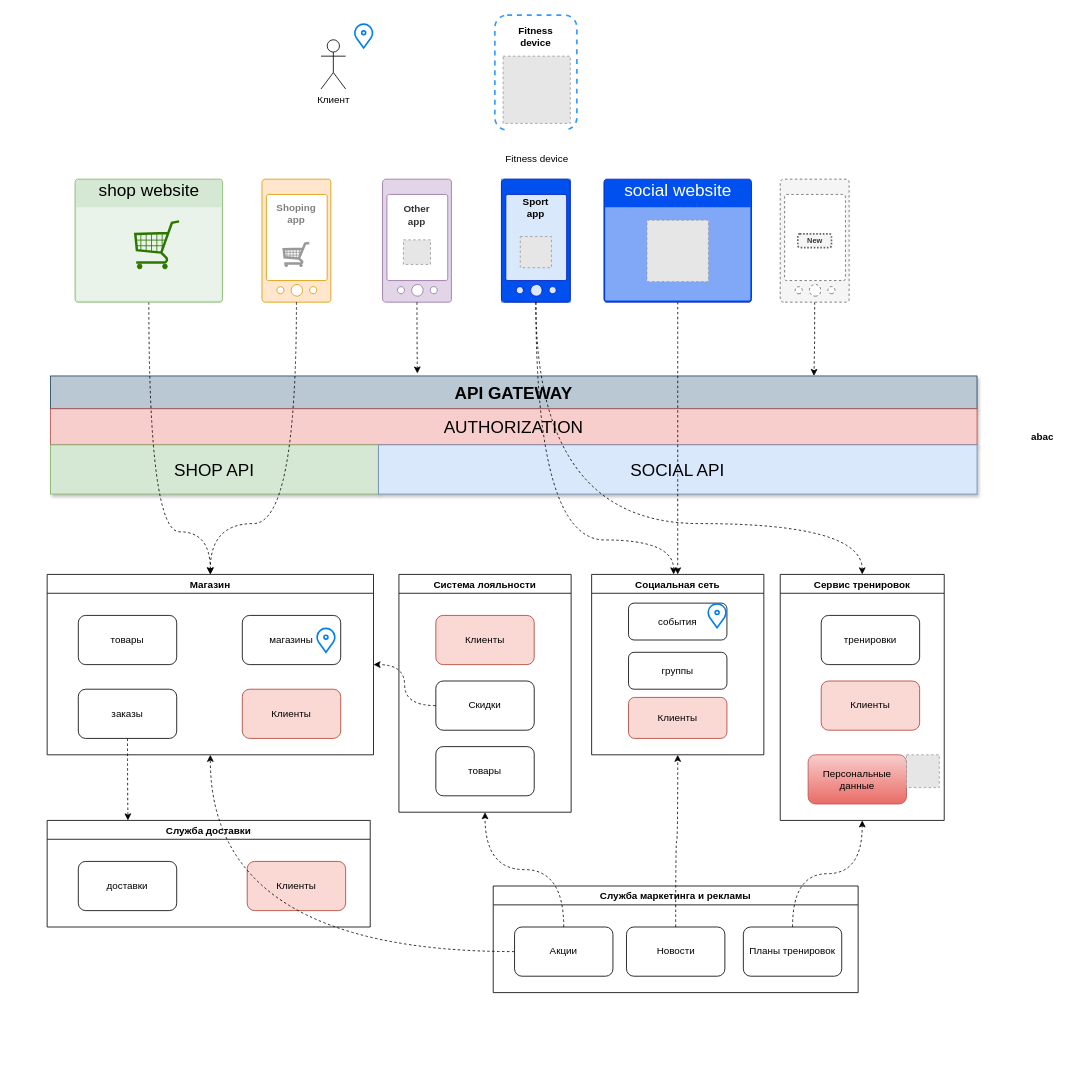
DonySuXX/skillbox-software-architect keeps this draw.io diagram as diagrams/diplom-infrastrusture.drawio. Above is the earlier version. Source tidied: cells renumbered, new cells numbered last; positions are measured from the earlier drawing's top-left corner, leaving out a move shared by most shapes. Both pictures are drawn from the tidied source at 82%, with x=0, y=0 at pixel (47, 15). Pictures stored in the file or linked from it are replaced by grey dashed boxes.
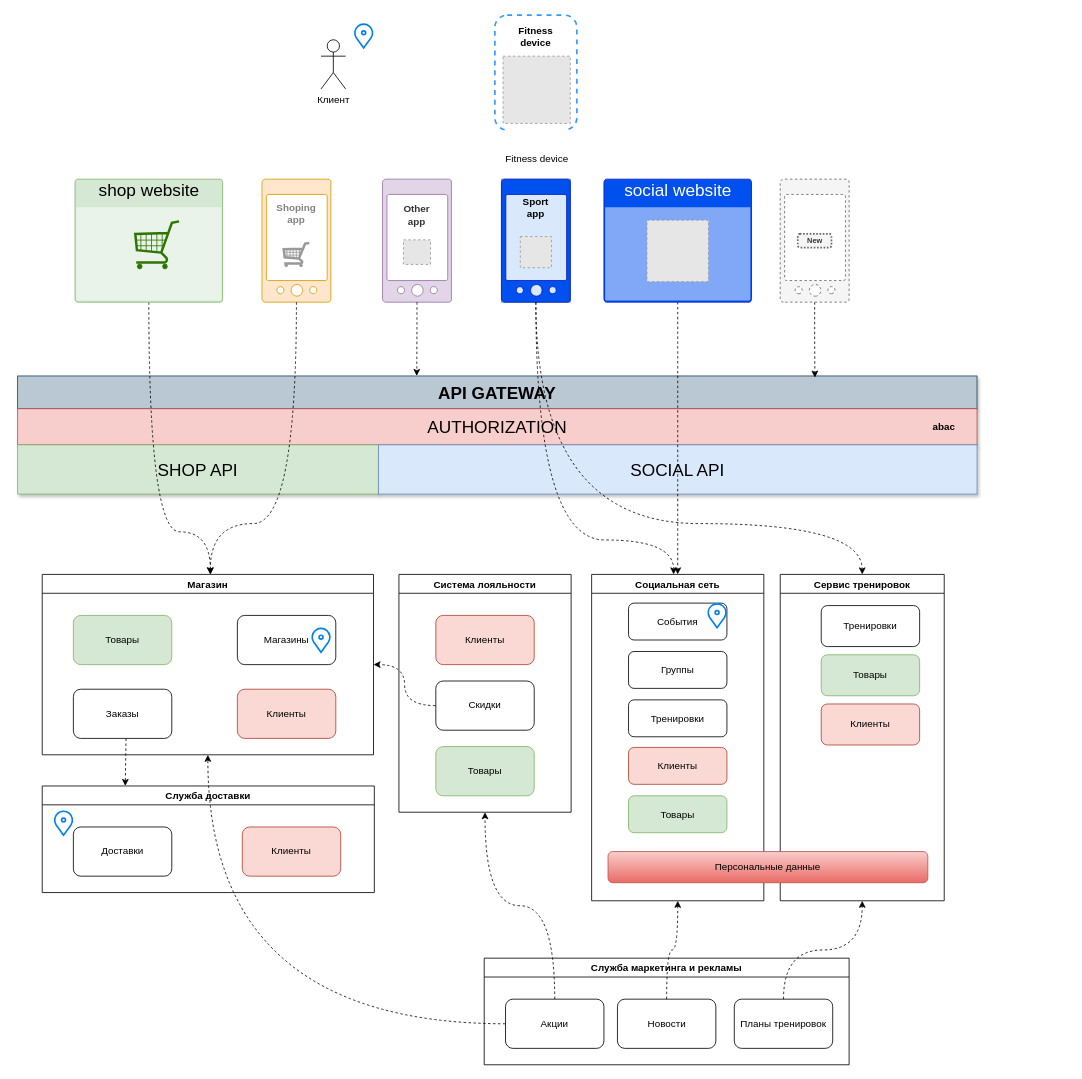
After the change.

The change refers to these unchanged cells:
```xml
<mxCell id="21" style="sketch=0;html=1;strokeColor=#9673a6;shadow=0;align=center;verticalAlign=top;fillColor=#e1d5e7;shape=mxgraph.gcp2.phone_android;fontSize=12;" parent="20" vertex="1">
  <mxGeometry width="84" height="150" as="geometry" />
</mxCell>
<mxCell id="28" style="sketch=0;html=1;strokeColor=#666666;shadow=0;align=center;verticalAlign=top;fillColor=#f5f5f5;shape=mxgraph.gcp2.phone_android;fontSize=12;dashed=1;fontColor=#333333;" parent="1" vertex="1">
  <mxGeometry x="894" y="200" width="84" height="150" as="geometry" />
</mxCell>
<mxCell id="51" value="Система лояльности" style="swimlane;" parent="1" vertex="1">
  <mxGeometry x="429" y="682" width="210" height="290" as="geometry" />
</mxCell>
```

What changed in the source:
```diff
@@
     <mxCell id="2" value="API GATEWAY" style="rounded=0;whiteSpace=wrap;html=1;fontSize=21;strokeWidth=1;fontStyle=1;fillColor=#bac8d3;strokeColor=#23445d;glass=0;shadow=1;" parent="1" vertex="1">
-      <mxGeometry x="4" y="440" width="1130" height="40" as="geometry" />
+      <mxGeometry x="-36" y="440" width="1170" height="40" as="geometry" />
     </mxCell>
     <mxCell id="3" value="AUTHORIZATION" style="rounded=0;whiteSpace=wrap;html=1;shadow=1;glass=0;sketch=0;fontSize=21;strokeColor=#b85450;fillColor=#f8cecc;" parent="1" vertex="1">
-      <mxGeometry x="4" y="480" width="1130" height="44" as="geometry" />
+      <mxGeometry x="-36" y="480" width="1170" height="44" as="geometry" />
     </mxCell>
     <mxCell id="4" value="SHOP API" style="rounded=0;whiteSpace=wrap;html=1;shadow=1;glass=0;sketch=0;fontSize=21;strokeColor=#82b366;fillColor=#d5e8d4;" parent="1" vertex="1">
-      <mxGeometry x="4" y="524" width="400" height="60" as="geometry" />
+      <mxGeometry x="-36" y="524" width="440" height="60" as="geometry" />
     </mxCell>
@@
-    <mxCell id="24" style="edgeStyle=orthogonalEdgeStyle;rounded=0;jettySize=auto;html=1;fontColor=none;strokeColor=#000000;strokeWidth=1;curved=1;dashed=1;entryX=0.396;entryY=-0.075;entryDx=0;entryDy=0;entryPerimeter=0;" parent="1" edge="1" source="21" target="2">
+    <mxCell id="24" style="edgeStyle=orthogonalEdgeStyle;rounded=0;jettySize=auto;html=1;fontColor=none;strokeColor=#000000;strokeWidth=1;curved=1;dashed=1;entryX=0.416;entryY=0;entryDx=0;entryDy=0;entryPerimeter=0;" parent="1" edge="1" source="21" target="2">
       <mxGeometry relative="1" as="geometry" />
     </mxCell>
-    <mxCell id="25" style="edgeStyle=orthogonalEdgeStyle;rounded=0;jettySize=auto;html=1;fontSize=9;fontColor=#FF1100;dashed=1;entryX=0.824;entryY=0;entryDx=0;entryDy=0;entryPerimeter=0;" parent="1" edge="1" source="28" target="2">
+    <mxCell id="25" style="edgeStyle=orthogonalEdgeStyle;rounded=0;jettySize=auto;html=1;fontSize=9;fontColor=#FF1100;dashed=1;entryX=0.831;entryY=0.05;entryDx=0;entryDy=0;entryPerimeter=0;" parent="1" edge="1" source="28" target="2">
       <mxGeometry relative="1" as="geometry" />
     </mxCell>
@@
     <mxCell id="29" value="abac" style="text;html=1;strokeColor=none;fillColor=none;align=center;verticalAlign=middle;whiteSpace=wrap;rounded=0;fontStyle=1;" parent="1" vertex="1">
-      <mxGeometry x="1184" y="500" width="60" height="30" as="geometry" />
+      <mxGeometry x="1064" y="487" width="60" height="30" as="geometry" />
     </mxCell>
     <mxCell id="30" value="Магазин" style="swimlane;" parent="1" vertex="1">
-      <mxGeometry y="682" width="398" height="220" as="geometry" />
+      <mxGeometry x="-6" y="682" width="404" height="220" as="geometry" />
     </mxCell>
-    <mxCell id="31" value="товары" style="rounded=1;whiteSpace=wrap;html=1;" parent="30" vertex="1">
+    <mxCell id="31" value="Товары" style="rounded=1;whiteSpace=wrap;html=1;fillColor=#d5e8d4;strokeColor=#82b366;" parent="30" vertex="1">
       <mxGeometry x="38" y="50" width="120" height="60" as="geometry" />
     </mxCell>
-    <mxCell id="32" value="заказы" style="rounded=1;whiteSpace=wrap;html=1;" parent="30" vertex="1">
+    <mxCell id="32" value="Заказы" style="rounded=1;whiteSpace=wrap;html=1;" parent="30" vertex="1">
       <mxGeometry x="38" y="140" width="120" height="60" as="geometry" />
     </mxCell>
-    <mxCell id="33" value="магазины" style="rounded=1;whiteSpace=wrap;html=1;" parent="30" vertex="1">
+    <mxCell id="33" value="Магазины" style="rounded=1;whiteSpace=wrap;html=1;" parent="30" vertex="1">
       <mxGeometry x="238" y="50" width="120" height="60" as="geometry" />
     </mxCell>
@@
     <mxCell id="38" value="Служба доставки" style="swimlane;" parent="1" vertex="1">
-      <mxGeometry y="982" width="394" height="130" as="geometry" />
+      <mxGeometry x="-6" y="940" width="405" height="130" as="geometry" />
     </mxCell>
-    <mxCell id="39" value="доставки" style="rounded=1;whiteSpace=wrap;html=1;" parent="38" vertex="1">
+    <mxCell id="39" value="Доставки" style="rounded=1;whiteSpace=wrap;html=1;" parent="38" vertex="1">
       <mxGeometry x="38" y="50" width="120" height="60" as="geometry" />
     </mxCell>
@@
+    <mxCell id="72" style="html=1;verticalLabelPosition=bottom;align=center;labelBackgroundColor=#ffffff;verticalAlign=top;strokeWidth=2;strokeColor=#0080F0;shadow=0;dashed=0;shape=mxgraph.ios7.icons.location;" parent="38" vertex="1">
+      <mxGeometry x="14" y="30" width="24" height="30" as="geometry" />
+    </mxCell>
     <mxCell id="41" value="Социальная сеть" style="swimlane;" parent="1" vertex="1">
-      <mxGeometry x="664" y="682" width="210" height="220" as="geometry" />
+      <mxGeometry x="664" y="682" width="210" height="398" as="geometry" />
     </mxCell>
-    <mxCell id="42" value="группы" style="rounded=1;whiteSpace=wrap;html=1;" parent="41" vertex="1">
-      <mxGeometry x="45" y="95" width="120" height="45" as="geometry" />
+    <mxCell id="42" value="Группы" style="rounded=1;whiteSpace=wrap;html=1;" parent="41" vertex="1">
+      <mxGeometry x="45" y="94" width="120" height="45" as="geometry" />
     </mxCell>
-    <mxCell id="43" value="события" style="rounded=1;whiteSpace=wrap;html=1;" parent="41" vertex="1">
+    <mxCell id="43" value="События" style="rounded=1;whiteSpace=wrap;html=1;" parent="41" vertex="1">
       <mxGeometry x="45" y="35" width="120" height="45" as="geometry" />
     </mxCell>
@@
     <mxCell id="45" value="Клиенты" style="rounded=1;whiteSpace=wrap;html=1;fillColor=#fad9d5;strokeColor=#ae4132;" parent="41" vertex="1">
-      <mxGeometry x="45" y="150" width="120" height="50" as="geometry" />
+      <mxGeometry x="45" y="211" width="120" height="45" as="geometry" />
     </mxCell>
+    <mxCell id="73" value="Тренировки" style="rounded=1;whiteSpace=wrap;html=1;" parent="41" vertex="1">
+      <mxGeometry x="45" y="153" width="120" height="45" as="geometry" />
+    </mxCell>
+    <mxCell id="74" value="Товары" style="rounded=1;whiteSpace=wrap;html=1;fillColor=#d5e8d4;strokeColor=#82b366;" parent="41" vertex="1">
+      <mxGeometry x="45" y="270" width="120" height="45" as="geometry" />
+    </mxCell>
     <mxCell id="46" value="Сервис тренировок" style="swimlane;" parent="1" vertex="1">
-      <mxGeometry x="894" y="682" width="200" height="300" as="geometry" />
+      <mxGeometry x="894" y="682" width="200" height="398" as="geometry" />
     </mxCell>
-    <mxCell id="47" value="тренировки" style="rounded=1;whiteSpace=wrap;html=1;" parent="46" vertex="1">
-      <mxGeometry x="50" y="50" width="120" height="60" as="geometry" />
+    <mxCell id="47" value="Тренировки" style="rounded=1;whiteSpace=wrap;html=1;" parent="46" vertex="1">
+      <mxGeometry x="50" y="38" width="120" height="50" as="geometry" />
     </mxCell>
     <mxCell id="48" value="Клиенты" style="rounded=1;whiteSpace=wrap;html=1;fillColor=#fad9d5;strokeColor=#ae4132;" parent="46" vertex="1">
-      <mxGeometry x="50" y="130" width="120" height="60" as="geometry" />
+      <mxGeometry x="50" y="158" width="120" height="50" as="geometry" />
     </mxCell>
-    <mxCell id="49" value="Персональные&lt;br&gt;данные" style="rounded=1;whiteSpace=wrap;html=1;fillColor=#f8cecc;gradientColor=#ea6b66;strokeColor=#b85450;" parent="46" vertex="1">
-      <mxGeometry x="34" y="220" width="120" height="60" as="geometry" />
-    </mxCell>
-    <mxCell id="50" style="fillColor=#E6E6E6;strokeColor=#999999;dashed=1;html=1;verticalAlign=top;verticalLabelPosition=bottom;labelBackgroundColor=#ffffff;fontSize=21;" parent="46" vertex="1">
-      <mxGeometry x="154" y="220" width="40" height="40" as="geometry" />
-    </mxCell>
+    <mxCell id="75" value="Товары" style="rounded=1;whiteSpace=wrap;html=1;fillColor=#d5e8d4;strokeColor=#82b366;" parent="46" vertex="1">
+      <mxGeometry x="50" y="98" width="120" height="50" as="geometry" />
+    </mxCell>
@@
-    <mxCell id="54" value="товары" style="rounded=1;whiteSpace=wrap;html=1;" parent="51" vertex="1">
+    <mxCell id="54" value="Товары" style="rounded=1;whiteSpace=wrap;html=1;fillColor=#d5e8d4;strokeColor=#82b366;" parent="51" vertex="1">
       <mxGeometry x="45" y="210" width="120" height="60" as="geometry" />
     </mxCell>
@@
     <mxCell id="56" value="Служба маркетинга и рекламы" style="swimlane;rounded=0;swimlaneFillColor=#FFFFFF;" parent="1" vertex="1">
-      <mxGeometry x="544" y="1062" width="445" height="130" as="geometry" />
+      <mxGeometry x="533" y="1150" width="445" height="130" as="geometry" />
     </mxCell>
@@
-    <mxCell id="64" style="edgeStyle=orthogonalEdgeStyle;curved=1;rounded=0;jettySize=auto;html=1;dashed=1;entryX=0.25;entryY=0;entryDx=0;entryDy=0;" parent="1" edge="1" source="32" target="38">
+    <mxCell id="64" style="rounded=0;jettySize=auto;html=1;dashed=1;entryX=0.25;entryY=0;entryDx=0;entryDy=0;exitX=0.535;exitY=1.003;exitDx=0;exitDy=0;exitPerimeter=0;" parent="1" edge="1" source="32" target="38">
       <mxGeometry relative="1" as="geometry" />
     </mxCell>
@@
+    <mxCell id="49" value="Персональные данные" style="rounded=1;whiteSpace=wrap;html=1;fillColor=#f8cecc;gradientColor=#ea6b66;strokeColor=#b85450;" parent="1" vertex="1">
+      <mxGeometry x="684" y="1020" width="390" height="38" as="geometry" />
+    </mxCell>
```
